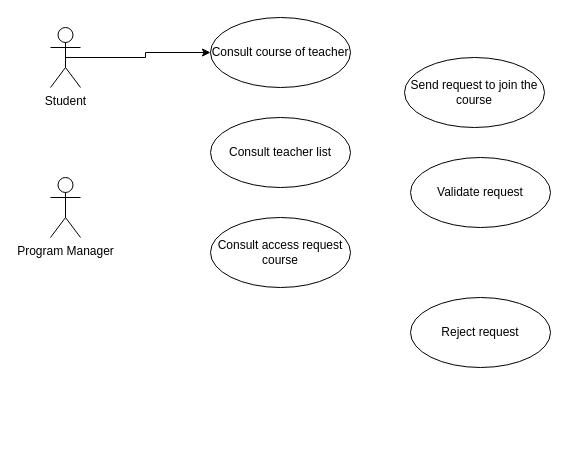
Earlier version of the draw.io diagram Calculatrice/ES PKFRC use case stats analytics.drawio (sngdtechnologies/Calculatrice). Source tidied: cells renumbered, new cells numbered last; positions are measured from the earlier drawing's top-left corner, leaving out a move shared by most shapes. Both pictures are drawn from the tidied source at 100%, with x=0, y=0 at pixel (50, 17).
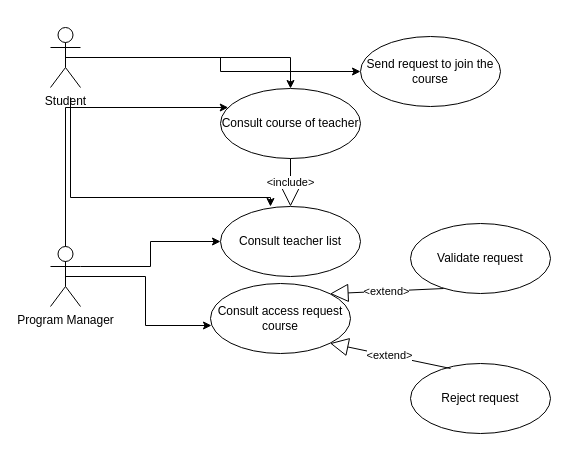
The same diagram, later.

Commit message (it also covers changes not shown here):
Mettre à jour ES PKFRC use case stats analytics.drawio

The change refers to these unchanged cells:
```xml
<mxCell id="9" value="Student" style="shape=umlActor;verticalLabelPosition=bottom;verticalAlign=top;html=1;" parent="1" vertex="1">
  <mxGeometry y="10" width="30" height="60" as="geometry" />
</mxCell>
```

Diff of the diagram source:
```diff
@@
     <mxCell id="2" value="Validate request" style="ellipse;whiteSpace=wrap;html=1;" parent="1" vertex="1">
-      <mxGeometry x="360" y="140" width="140" height="70" as="geometry" />
+      <mxGeometry x="360" y="206" width="140" height="70" as="geometry" />
     </mxCell>
     <mxCell id="3" value="Reject request" style="ellipse;whiteSpace=wrap;html=1;" parent="1" vertex="1">
-      <mxGeometry x="360" y="280" width="140" height="70" as="geometry" />
+      <mxGeometry x="360" y="346" width="140" height="70" as="geometry" />
     </mxCell>
     <mxCell id="4" value="Consult access request course" style="ellipse;whiteSpace=wrap;html=1;" parent="1" vertex="1">
-      <mxGeometry x="160" y="200" width="140" height="70" as="geometry" />
+      <mxGeometry x="160" y="266" width="140" height="70" as="geometry" />
     </mxCell>
     <mxCell id="5" value="Consult course of teac&lt;span style=&quot;background-color: transparent; color: light-dark(rgb(0, 0, 0), rgb(255, 255, 255));&quot;&gt;her&lt;/span&gt;" style="ellipse;whiteSpace=wrap;html=1;" parent="1" vertex="1">
-      <mxGeometry x="160" width="140" height="70" as="geometry" />
+      <mxGeometry x="170" y="71" width="140" height="70" as="geometry" />
     </mxCell>
     <mxCell id="6" value="Consult teacher list" style="ellipse;whiteSpace=wrap;html=1;" parent="1" vertex="1">
-      <mxGeometry x="160" y="100" width="140" height="70" as="geometry" />
+      <mxGeometry x="170" y="189" width="140" height="70" as="geometry" />
     </mxCell>
     <mxCell id="7" value="Send request to join the course" style="ellipse;whiteSpace=wrap;html=1;" parent="1" vertex="1">
-      <mxGeometry x="354" y="40" width="140" height="70" as="geometry" />
+      <mxGeometry x="310" y="19" width="140" height="70" as="geometry" />
     </mxCell>
@@
+    <mxCell id="11" style="edgeStyle=orthogonalEdgeStyle;rounded=0;jettySize=auto;html=1;exitX=0.5;exitY=0.5;exitDx=0;exitDy=0;exitPerimeter=0;entryX=0;entryY=0.5;entryDx=0;entryDy=0;" parent="1" edge="1" source="9" target="7">
+      <mxGeometry relative="1" as="geometry" />
+    </mxCell>
+    <mxCell id="12" style="edgeStyle=orthogonalEdgeStyle;rounded=0;jettySize=auto;html=1;entryX=0.357;entryY=0;entryDx=0;entryDy=0;entryPerimeter=0;" parent="1" edge="1" target="6">
+      <mxGeometry relative="1" as="geometry">
+        <mxPoint x="20" y="80" as="sourcePoint" />
+        <Array as="points">
+          <mxPoint x="20" y="180" />
+          <mxPoint x="220" y="180" />
+        </Array>
+      </mxGeometry>
+    </mxCell>
@@
+    <mxCell id="13" style="edgeStyle=orthogonalEdgeStyle;rounded=0;jettySize=auto;html=1;exitX=0.5;exitY=0.5;exitDx=0;exitDy=0;exitPerimeter=0;" parent="1" edge="1" source="10" target="5">
+      <mxGeometry relative="1" as="geometry">
+        <Array as="points">
+          <mxPoint x="15" y="90" />
+          <mxPoint x="230" y="90" />
+        </Array>
+      </mxGeometry>
+    </mxCell>
+    <mxCell id="14" style="edgeStyle=orthogonalEdgeStyle;rounded=0;jettySize=auto;html=1;exitX=1;exitY=0.3333333333333333;exitDx=0;exitDy=0;exitPerimeter=0;" parent="1" edge="1" source="10" target="6">
+      <mxGeometry relative="1" as="geometry" />
+    </mxCell>
     <mxCell id="10" value="Program M&lt;span style=&quot;background-color: transparent; color: light-dark(rgb(0, 0, 0), rgb(255, 255, 255));&quot;&gt;anager&lt;/span&gt;" style="shape=umlActor;verticalLabelPosition=bottom;verticalAlign=top;html=1;" parent="1" vertex="1">
-      <mxGeometry y="160" width="30" height="60" as="geometry" />
+      <mxGeometry y="229" width="30" height="60" as="geometry" />
     </mxCell>
+    <mxCell id="15" style="edgeStyle=orthogonalEdgeStyle;rounded=0;jettySize=auto;html=1;exitX=0.5;exitY=0.5;exitDx=0;exitDy=0;exitPerimeter=0;entryX=0.007;entryY=0.6;entryDx=0;entryDy=0;entryPerimeter=0;" parent="1" edge="1" source="10" target="4">
+      <mxGeometry relative="1" as="geometry" />
+    </mxCell>
+    <mxCell id="16" value="&amp;lt;extend&amp;gt;" style="endArrow=block;endSize=16;endFill=0;html=1;rounded=0;exitX=0.236;exitY=0.929;exitDx=0;exitDy=0;exitPerimeter=0;entryX=1;entryY=0;entryDx=0;entryDy=0;" parent="1" edge="1" source="2" target="4">
+      <mxGeometry relative="1" as="geometry" />
+    </mxCell>
+    <mxCell id="17" value="&amp;lt;extend&amp;gt;" style="endArrow=block;endSize=16;endFill=0;html=1;rounded=0;entryX=1;entryY=1;entryDx=0;entryDy=0;exitX=0.286;exitY=0.071;exitDx=0;exitDy=0;exitPerimeter=0;" parent="1" edge="1" source="3" target="4">
+      <mxGeometry relative="1" as="geometry" />
+    </mxCell>
+    <mxCell id="18" value="&amp;lt;include&amp;gt;" style="endArrow=block;endSize=16;endFill=0;html=1;rounded=0;" parent="1" edge="1" source="5" target="6">
+      <mxGeometry relative="1" as="geometry" />
+    </mxCell>
```
